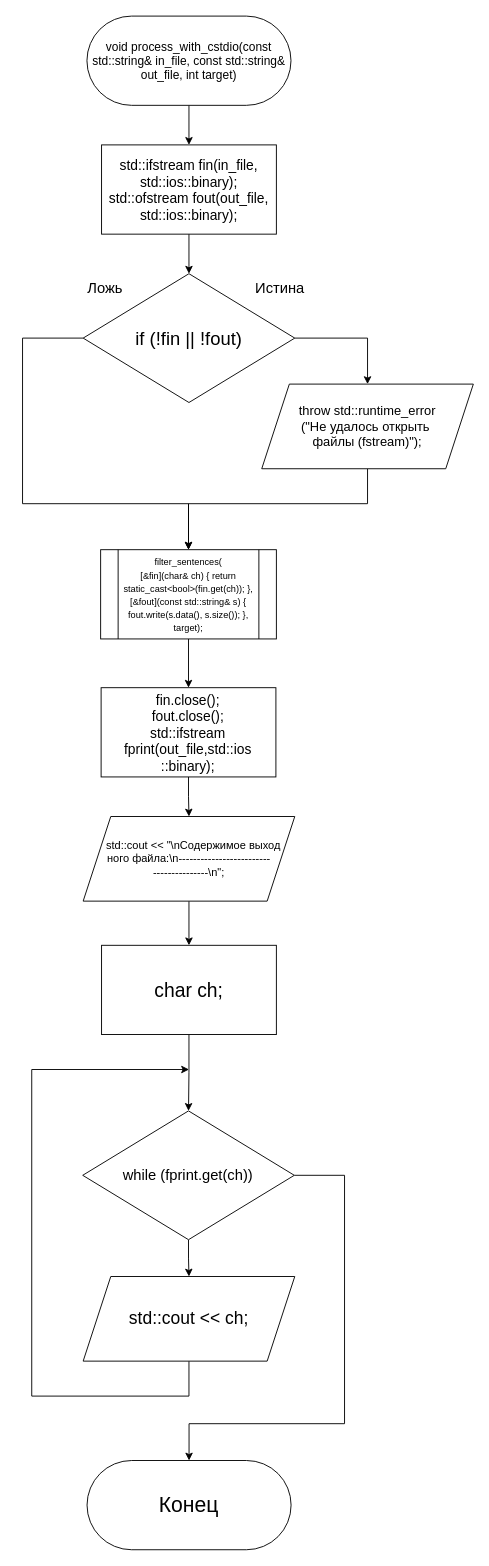
Earlier version of the draw.io diagram LAB8_process_with_cstdio.drawio (kravecila28-ops/Block-diagram_templates). Source tidied: cells renumbered, new cells numbered last; positions are measured from the earlier drawing's top-left corner, leaving out a move shared by most shapes. Both pictures are drawn from the tidied source at 92%, with x=0, y=0 at pixel (22, 16).
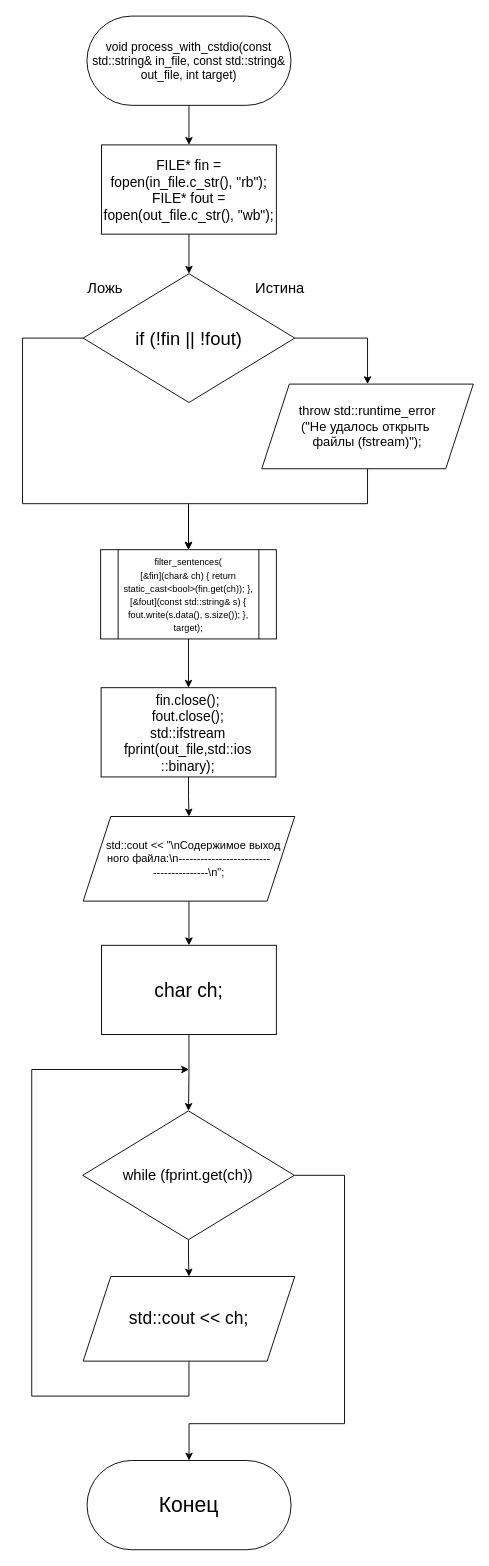
Above is the later version.

The edit, as a diff of the source:
```diff
@@
-    <mxCell id="5" value="&lt;div&gt;&lt;font style=&quot;font-size: 15px;&quot;&gt;std::ifstream fin(in_file, std::ios::binary);&lt;/font&gt;&lt;/div&gt;&lt;div&gt;&lt;font style=&quot;font-size: 15px;&quot;&gt;std::ofstream fout(out_file, std::ios::binary);&lt;/font&gt;&lt;/div&gt;" style="rounded=0;whiteSpace=wrap;html=1;labelBackgroundColor=none;" parent="1" vertex="1">
+    <mxCell id="5" value="&lt;div&gt;&lt;span style=&quot;font-size: 15px;&quot;&gt;FILE* fin = fopen(in_file.c_str(), &quot;rb&quot;);&lt;/span&gt;&lt;/div&gt;&lt;div&gt;&lt;span style=&quot;font-size: 15px;&quot;&gt;FILE* fout = fopen(out_file.c_str(), &quot;wb&quot;);&lt;/span&gt;&lt;/div&gt;" style="rounded=0;whiteSpace=wrap;html=1;labelBackgroundColor=none;" parent="1" vertex="1">
       <mxGeometry x="85.9" y="140" width="190" height="97" as="geometry" />
     </mxCell>
```
